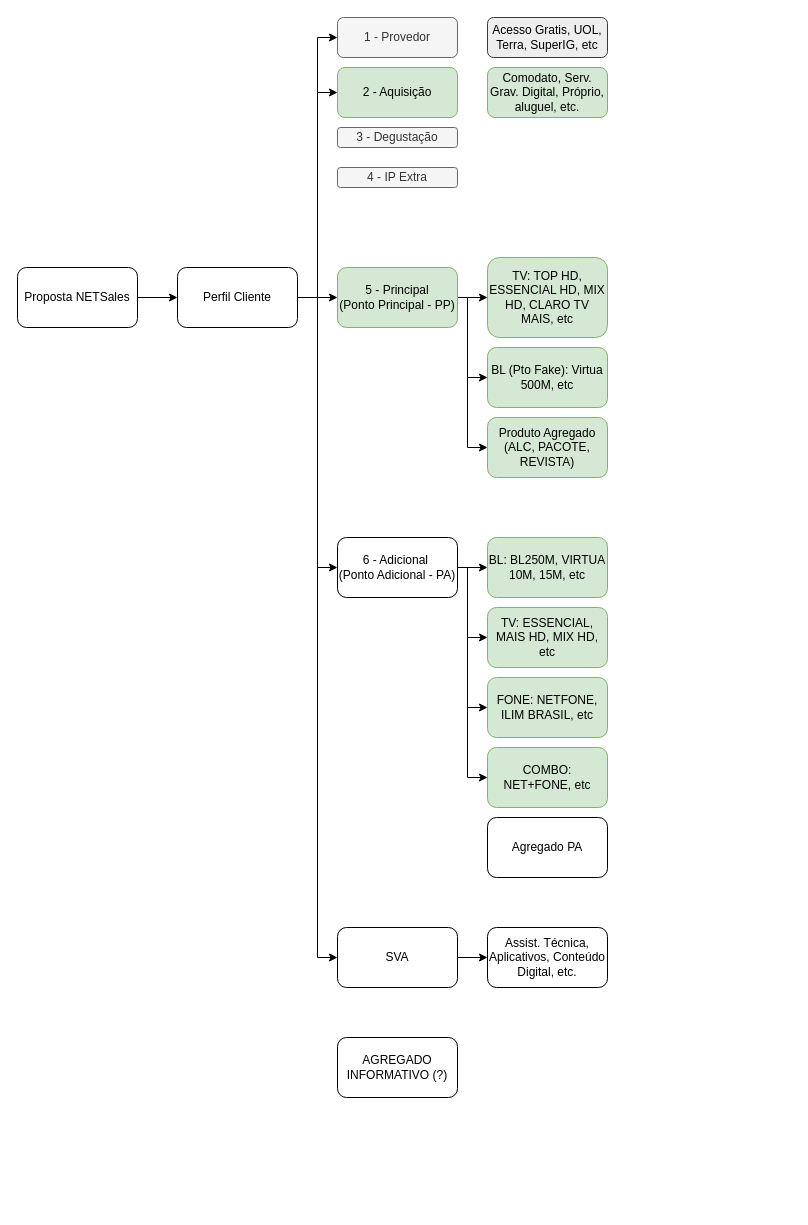
This is page "V2" (2 of 2) of Conceito Pedido.drawio from samirali/ClaroBrasil, a draw.io file, before an edit. Source tidied: cells renumbered, new cells numbered last; positions are measured from the earlier drawing's top-left corner, leaving out a move shared by most shapes. Both pictures are drawn from the tidied source at 100%, with x=0, y=0 at pixel (17, 17).
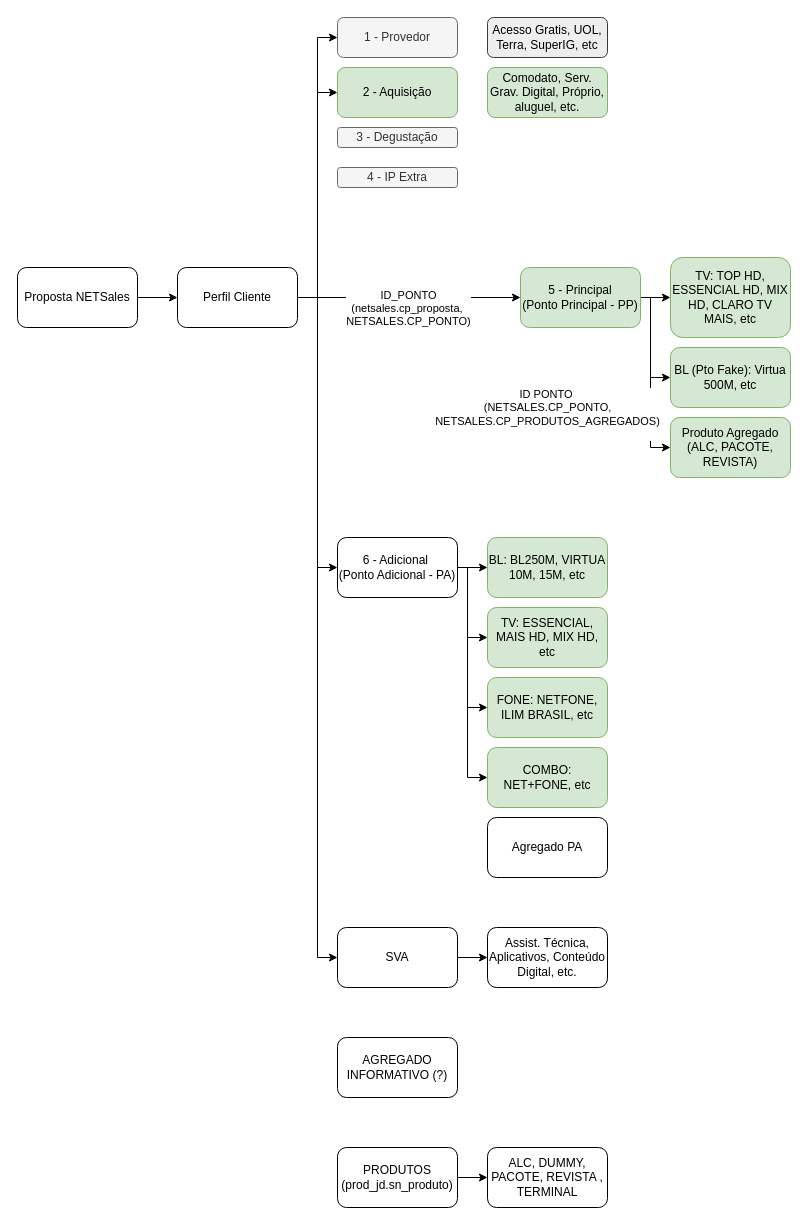
The same diagram, later.

Unchanged cells that the change refers to:
```xml
<mxCell id="16" value="Perfil Cliente" style="rounded=1;whiteSpace=wrap;html=1;" parent="1" vertex="1">
  <mxGeometry x="160" y="250" width="120" height="60" as="geometry" />
</mxCell>
```

Diff of the diagram source:
```diff
@@
     <mxCell id="3" style="edgeStyle=orthogonalEdgeStyle;rounded=0;jettySize=auto;html=1;entryX=0;entryY=0.5;entryDx=0;entryDy=0;" parent="1" edge="1" source="5" target="10">
       <mxGeometry relative="1" as="geometry">
         <Array as="points">
-          <mxPoint x="450" y="280" />
-          <mxPoint x="450" y="360" />
+          <mxPoint x="633" y="280" />
+          <mxPoint x="633" y="360" />
         </Array>
       </mxGeometry>
     </mxCell>
     <mxCell id="4" style="edgeStyle=orthogonalEdgeStyle;rounded=0;jettySize=auto;html=1;entryX=0;entryY=0.5;entryDx=0;entryDy=0;" parent="1" edge="1" source="5" target="9">
       <mxGeometry relative="1" as="geometry">
         <Array as="points">
-          <mxPoint x="450" y="280" />
-          <mxPoint x="450" y="430" />
+          <mxPoint x="633" y="280" />
+          <mxPoint x="633" y="430" />
         </Array>
       </mxGeometry>
     </mxCell>
+    <mxCell id="37" value="ID PONTO&amp;nbsp;&lt;div&gt;(NETSALES.CP_PONTO,&lt;/div&gt;&lt;div&gt;NETSALES.CP_PRODUTOS_AGREGADOS)&lt;/div&gt;&lt;div&gt;&lt;br&gt;&lt;/div&gt;" style="edgeLabel;html=1;align=center;verticalAlign=middle;" parent="4" vertex="1">
+      <mxGeometry x="0.44" y="-2" relative="1" as="geometry">
+        <mxPoint x="-102" y="-4" as="offset" />
+      </mxGeometry>
+    </mxCell>
     <mxCell id="5" value="5 - Principal&lt;div&gt;(Ponto Principal - PP)&lt;/div&gt;" style="rounded=1;whiteSpace=wrap;html=1;fillColor=#d5e8d4;strokeColor=#82b366;" parent="1" vertex="1">
-      <mxGeometry x="320" y="250" width="120" height="60" as="geometry" />
+      <mxGeometry x="503" y="250" width="120" height="60" as="geometry" />
     </mxCell>
@@
     <mxCell id="8" value="TV: TOP HD, ESSENCIAL HD, MIX HD, CLARO TV MAIS, etc" style="rounded=1;whiteSpace=wrap;html=1;fillColor=#d5e8d4;strokeColor=#82b366;" parent="1" vertex="1">
-      <mxGeometry x="470" y="240" width="120" height="80" as="geometry" />
+      <mxGeometry x="653" y="240" width="120" height="80" as="geometry" />
     </mxCell>
     <mxCell id="9" value="Produto Agregado (ALC, PACOTE, REVISTA)" style="rounded=1;whiteSpace=wrap;html=1;fillColor=#d5e8d4;strokeColor=#82b366;" parent="1" vertex="1">
-      <mxGeometry x="470" y="400" width="120" height="60" as="geometry" />
+      <mxGeometry x="653" y="400" width="120" height="60" as="geometry" />
     </mxCell>
     <mxCell id="10" value="BL (Pto Fake): Virtua 500M, etc" style="rounded=1;whiteSpace=wrap;html=1;fillColor=#d5e8d4;strokeColor=#82b366;" parent="1" vertex="1">
-      <mxGeometry x="470" y="330" width="120" height="60" as="geometry" />
+      <mxGeometry x="653" y="330" width="120" height="60" as="geometry" />
     </mxCell>
-    <mxCell id="11" style="edgeStyle=orthogonalEdgeStyle;rounded=0;jettySize=auto;html=1;entryX=0;entryY=0.5;entryDx=0;entryDy=0;" parent="1" edge="1" source="16" target="5">
-      <mxGeometry relative="1" as="geometry" />
-    </mxCell>
@@
+    <mxCell id="11" style="edgeStyle=orthogonalEdgeStyle;rounded=0;jettySize=auto;html=1;entryX=0;entryY=0.5;entryDx=0;entryDy=0;" parent="1" edge="1" source="16" target="5">
+      <mxGeometry relative="1" as="geometry" />
+    </mxCell>
+    <mxCell id="38" value="ID_PONTO&lt;div&gt;(netsales.cp_proposta,&amp;nbsp;&lt;/div&gt;&lt;div&gt;NETSALES.CP_PONTO)&lt;/div&gt;" style="edgeLabel;html=1;align=center;verticalAlign=middle;" parent="11" vertex="1">
+      <mxGeometry x="0.09" y="-1" relative="1" as="geometry">
+        <mxPoint x="-12" y="9" as="offset" />
+      </mxGeometry>
+    </mxCell>
@@
+    <mxCell id="39" style="edgeStyle=orthogonalEdgeStyle;rounded=0;jettySize=auto;html=1;entryX=0;entryY=0.5;entryDx=0;entryDy=0;" parent="1" edge="1" source="40" target="41">
+      <mxGeometry relative="1" as="geometry" />
+    </mxCell>
+    <mxCell id="40" value="PRODUTOS (prod_jd.sn_produto)" style="rounded=1;whiteSpace=wrap;html=1;" parent="1" vertex="1">
+      <mxGeometry x="320" y="1130" width="120" height="60" as="geometry" />
+    </mxCell>
+    <mxCell id="41" value="ALC, DUMMY, PACOTE, REVISTA , TERMINAL" style="rounded=1;whiteSpace=wrap;html=1;" parent="1" vertex="1">
+      <mxGeometry x="470" y="1130" width="120" height="60" as="geometry" />
+    </mxCell>
```
